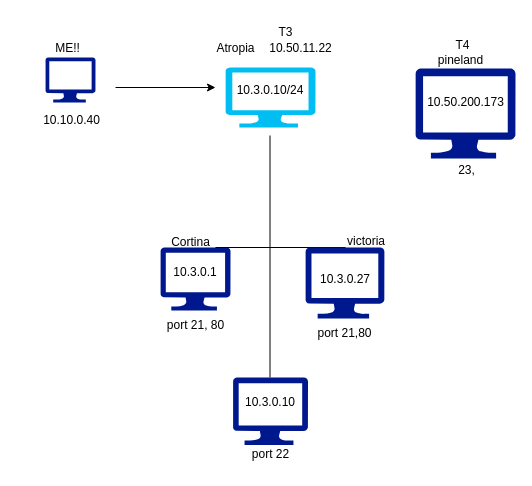
Earlier version of the draw.io diagram task 3 Diagram.drawio (conrod12/networking). Source tidied: cells renumbered, new cells numbered last; positions are measured from the earlier drawing's top-left corner, leaving out a move shared by most shapes. Both pictures are drawn from the tidied source at 100%, with x=0, y=0 at pixel (31, 17).
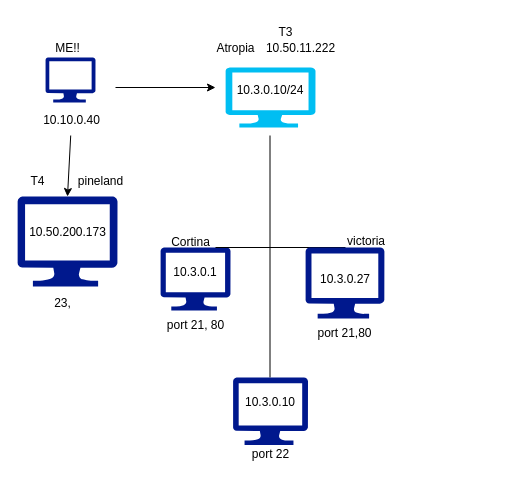
After the change.

The change refers to these unchanged cells:
```xml
<mxCell id="3" value="10.10.0.40" style="text;html=1;align=center;verticalAlign=middle;points=[];strokeColor=none;fillColor=none;" parent="1" vertex="1">
  <mxGeometry y="88" width="80" height="30" as="geometry" />
</mxCell>
```

Change to the diagram source:
```diff
@@
-    <mxCell id="8" value="10.50.11.22" style="text;html=1;align=center;verticalAlign=middle;strokeColor=none;fillColor=none;" parent="1" vertex="1">
+    <mxCell id="8" value="10.50.11.222" style="text;html=1;align=center;verticalAlign=middle;strokeColor=none;fillColor=none;" parent="1" vertex="1">
       <mxGeometry x="224" y="16" width="90" height="30" as="geometry" />
     </mxCell>
@@
     <mxCell id="24" style="sketch=0;shadow=0;dashed=0;html=1;strokeColor=none;labelPosition=center;verticalLabelPosition=bottom;verticalAlign=top;align=center;fillColor=#00188D;shape=mxgraph.azure.computer;" parent="1" vertex="1">
-      <mxGeometry x="384" y="51" width="100" height="90" as="geometry" />
+      <mxGeometry x="-14" y="179" width="100" height="90" as="geometry" />
     </mxCell>
     <mxCell id="25" value="pineland" style="text;html=1;align=center;verticalAlign=middle;strokeColor=none;fillColor=none;" parent="1" vertex="1">
-      <mxGeometry x="394" y="28" width="70" height="30" as="geometry" />
+      <mxGeometry x="34" y="149" width="70" height="30" as="geometry" />
     </mxCell>
     <mxCell id="26" value="10.50.200.173" style="text;html=1;align=center;verticalAlign=middle;whiteSpace=wrap;rounded=0;" parent="1" vertex="1">
-      <mxGeometry x="386.5" y="70" width="95" height="30" as="geometry" />
+      <mxGeometry x="-11.5" y="200" width="95" height="30" as="geometry" />
     </mxCell>
     <mxCell id="27" value="23," style="text;html=1;align=center;verticalAlign=middle;strokeColor=none;fillColor=none;" parent="1" vertex="1">
-      <mxGeometry x="415" y="138" width="40" height="30" as="geometry" />
+      <mxGeometry x="11" y="271" width="40" height="30" as="geometry" />
     </mxCell>
     <mxCell id="28" value="T4" style="text;html=1;align=center;verticalAlign=middle;strokeColor=none;fillColor=none;" parent="1" vertex="1">
-      <mxGeometry x="411" y="13" width="40" height="30" as="geometry" />
+      <mxGeometry x="-14" y="149" width="40" height="30" as="geometry" />
     </mxCell>
@@
+    <mxCell id="30" style="endArrow=classic;html=1;rounded=0;entryX=0.5;entryY=0;entryDx=0;entryDy=0;entryPerimeter=0;" parent="1" edge="1" source="3" target="24">
+      <mxGeometry relative="1" as="geometry" />
+    </mxCell>
```
